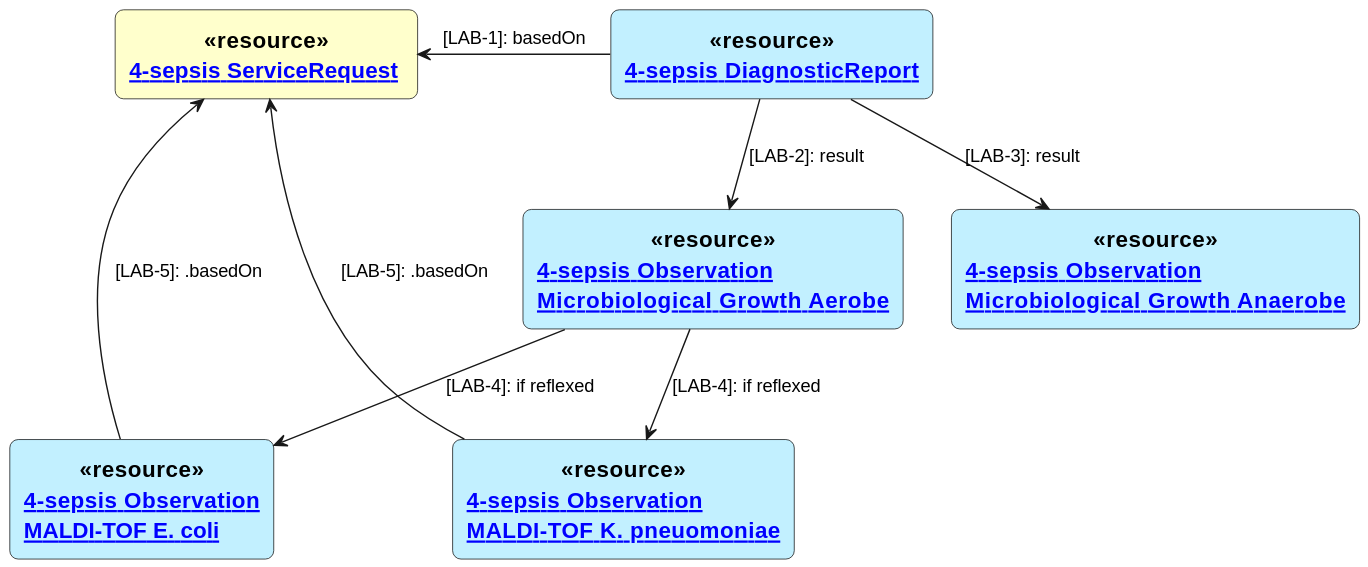
Before: input/images/4-sepsis-additional-testing.svg, a diagram exported from PlantUML (hl7ch/ch-lab-order).
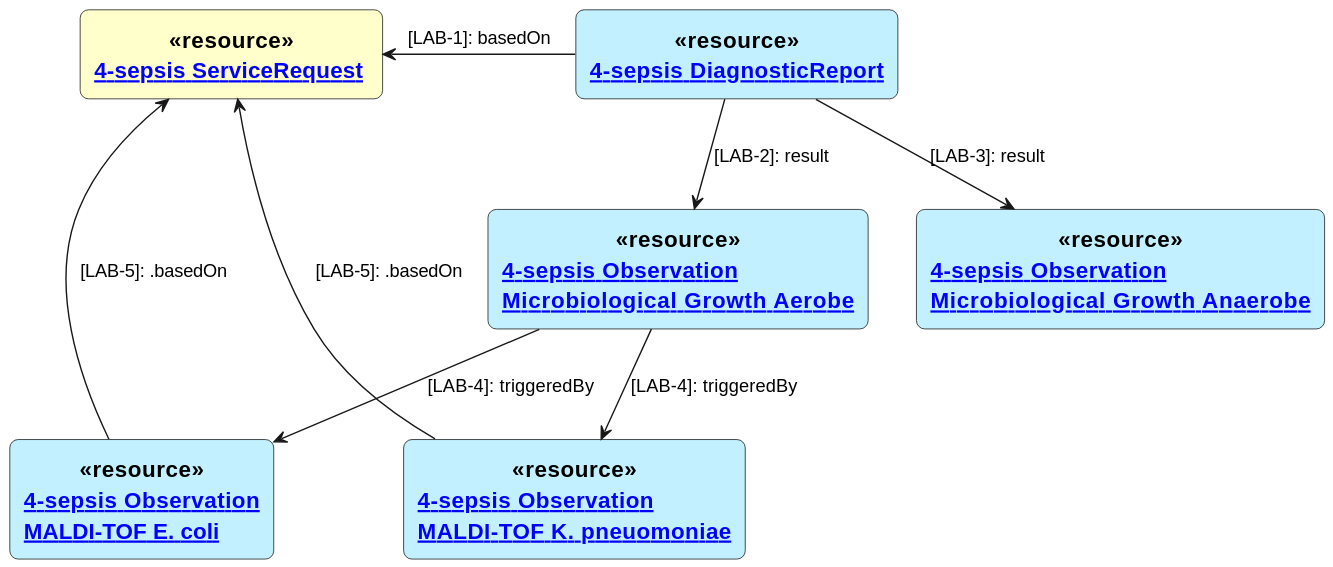
After the change.

Commit message:
add example-task

Diff of the diagram source:
```diff
@@ -19,8 +19,8 @@
 SR <-right- DR : [LAB-1]: basedOn
 DR -down-> OMA : [LAB-2]: result
 DR -down-> OMANA : [LAB-3]: result
-OMA -down-> OMTE : [LAB-4]: if reflexed
+OMA -down-> OMTE : [LAB-4]: triggeredBy
 OMTE -up-> SR : [LAB-5]: .basedOn
-OMA -down-> OMTK : [LAB-4]: if reflexed
+OMA -down-> OMTK : [LAB-4]: triggeredBy
 OMTK -up-> SR : [LAB-5]: .basedOn
 @enduml
```
